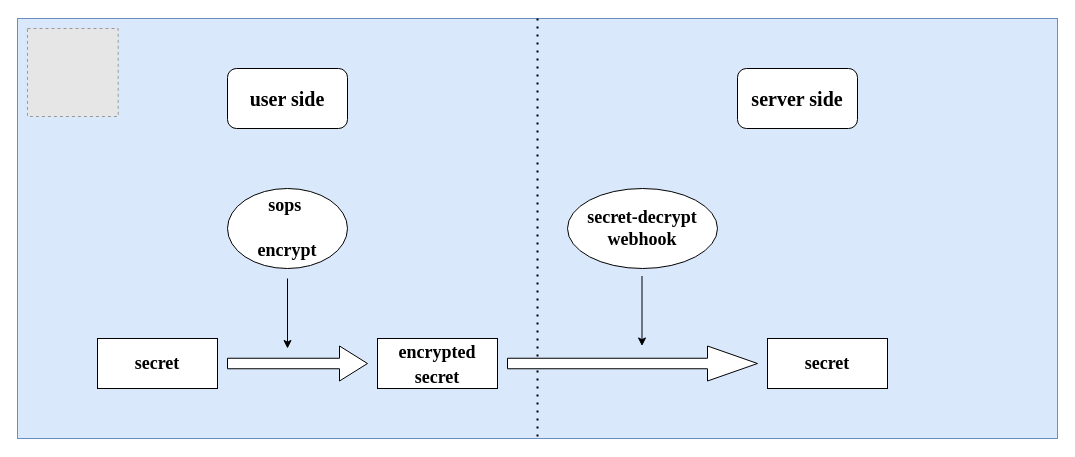
The draw.io diagram secret-decrypt-webhook.drawio in YanshanSong/draw.io, before the edit. Source tidied: cells renumbered, new cells numbered last; positions are measured from the earlier drawing's top-left corner, leaving out a move shared by most shapes. Both pictures are drawn from the tidied source at 100%, with x=0, y=0 at pixel (17, 18). Pictures stored in the file or linked from it are replaced by grey dashed boxes.
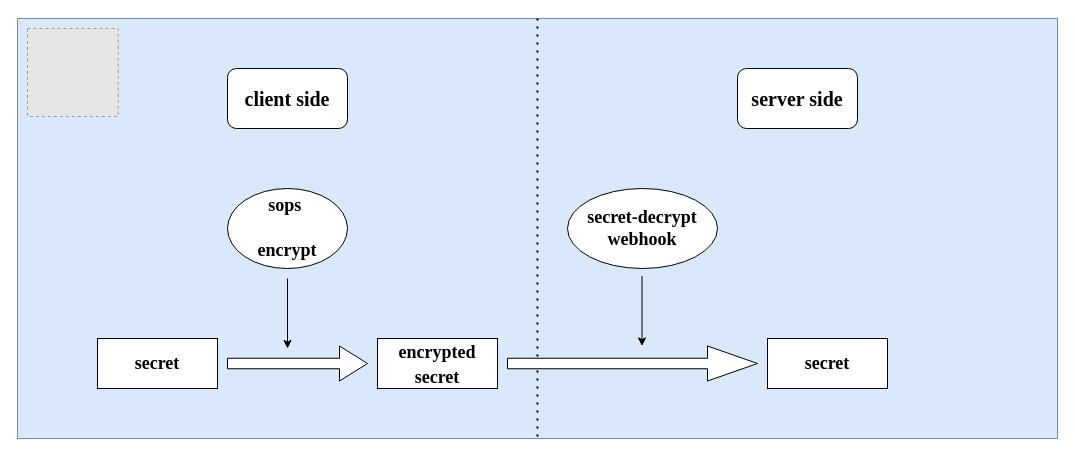
The same page after the edit.

What changed in the source:
```diff
@@
 <mxGraphModel>
   <root>
     <mxCell id="0" />
     <mxCell id="1" parent="0" />
     <mxCell id="2" style="rounded=0;whiteSpace=wrap;html=1;fillColor=#dae8fc;strokeColor=#6c8ebf;" parent="1" vertex="1">
       <mxGeometry width="1040" height="420" as="geometry" />
     </mxCell>
     <mxCell id="3" value="&lt;h4&gt;&lt;font face=&quot;Times New Roman&quot; style=&quot;font-size: 18px&quot;&gt;secret&lt;/font&gt;&lt;/h4&gt;" style="rounded=0;whiteSpace=wrap;html=1;" parent="1" vertex="1">
       <mxGeometry x="80" y="320" width="120" height="50" as="geometry" />
     </mxCell>
     <mxCell id="4" value="&lt;h4&gt;&lt;font style=&quot;font-size: 18px&quot;&gt;encrypted secret&lt;/font&gt;&lt;/h4&gt;" style="rounded=0;whiteSpace=wrap;html=1;fontFamily=Times New Roman;fontSize=20;" parent="1" vertex="1">
       <mxGeometry x="360" y="320" width="120" height="50" as="geometry" />
     </mxCell>
     <mxCell id="5" style="shape=singleArrow;whiteSpace=wrap;html=1;fontFamily=Times New Roman;fontSize=18;" parent="1" vertex="1">
       <mxGeometry x="210" y="327.5" width="140" height="35" as="geometry" />
     </mxCell>
     <mxCell id="6" value="&lt;h4&gt;sops&amp;nbsp;&lt;/h4&gt;&lt;h4&gt;encrypt&lt;/h4&gt;" style="ellipse;whiteSpace=wrap;html=1;fontFamily=Times New Roman;fontSize=18;" parent="1" vertex="1">
       <mxGeometry x="210" y="170" width="120" height="80" as="geometry" />
     </mxCell>
     <mxCell id="7" style="endArrow=classic;html=1;rounded=0;fontFamily=Times New Roman;fontSize=18;" parent="1" edge="1">
       <mxGeometry relative="1" as="geometry">
         <mxPoint x="270" y="260" as="sourcePoint" />
         <mxPoint x="270" y="330" as="targetPoint" />
       </mxGeometry>
     </mxCell>
     <mxCell id="8" style="endArrow=none;dashed=1;html=1;dashPattern=1 3;strokeWidth=2;rounded=0;fontFamily=Times New Roman;fontSize=18;entryX=0.5;entryY=1;entryDx=0;entryDy=0;exitX=0.5;exitY=0;exitDx=0;exitDy=0;" parent="1" edge="1" source="2" target="2">
       <mxGeometry relative="1" as="geometry" />
     </mxCell>
-    <mxCell id="9" value="&lt;h4&gt;user side&lt;/h4&gt;" style="rounded=1;whiteSpace=wrap;html=1;fontFamily=Times New Roman;fontSize=20;fontStyle=0;" parent="1" vertex="1">
+    <mxCell id="9" value="&lt;h4&gt;client side&lt;/h4&gt;" style="rounded=1;whiteSpace=wrap;html=1;fontFamily=Times New Roman;fontSize=20;fontStyle=0;" parent="1" vertex="1">
       <mxGeometry x="210" y="50" width="120" height="60" as="geometry" />
     </mxCell>
     <mxCell id="10" value="&lt;h4&gt;server side&lt;/h4&gt;" style="rounded=1;whiteSpace=wrap;html=1;fontFamily=Times New Roman;fontSize=20;fontStyle=0;" parent="1" vertex="1">
       <mxGeometry x="720" y="50" width="120" height="60" as="geometry" />
     </mxCell>
     <mxCell id="11" style="shape=singleArrow;whiteSpace=wrap;html=1;fontFamily=Times New Roman;fontSize=18;" parent="1" vertex="1">
       <mxGeometry x="490" y="327.5" width="250" height="35" as="geometry" />
     </mxCell>
     <mxCell id="12" value="&lt;h4&gt;secret-decrypt webhook&lt;/h4&gt;" style="ellipse;whiteSpace=wrap;html=1;fontFamily=Times New Roman;fontSize=18;" parent="1" vertex="1">
       <mxGeometry x="550" y="170" width="150" height="80" as="geometry" />
     </mxCell>
     <mxCell id="13" style="endArrow=classic;html=1;rounded=0;fontFamily=Times New Roman;fontSize=18;" parent="1" edge="1">
       <mxGeometry relative="1" as="geometry">
         <mxPoint x="624.5" y="257.5" as="sourcePoint" />
         <mxPoint x="624.5" y="327.5" as="targetPoint" />
       </mxGeometry>
     </mxCell>
     <mxCell id="14" value="&lt;h4&gt;&lt;font face=&quot;Times New Roman&quot; style=&quot;font-size: 18px&quot;&gt;secret&lt;/font&gt;&lt;/h4&gt;" style="rounded=0;whiteSpace=wrap;html=1;" parent="1" vertex="1">
       <mxGeometry x="750" y="320" width="120" height="50" as="geometry" />
     </mxCell>
     <mxCell id="15" style="fillColor=#E6E6E6;strokeColor=#999999;dashed=1;verticalLabelPosition=bottom;labelBackgroundColor=#ffffff;verticalAlign=top;" parent="1" vertex="1">
       <mxGeometry x="10" y="10" width="90.7" height="88" as="geometry" />
     </mxCell>
   </root>
 </mxGraphModel>
```
